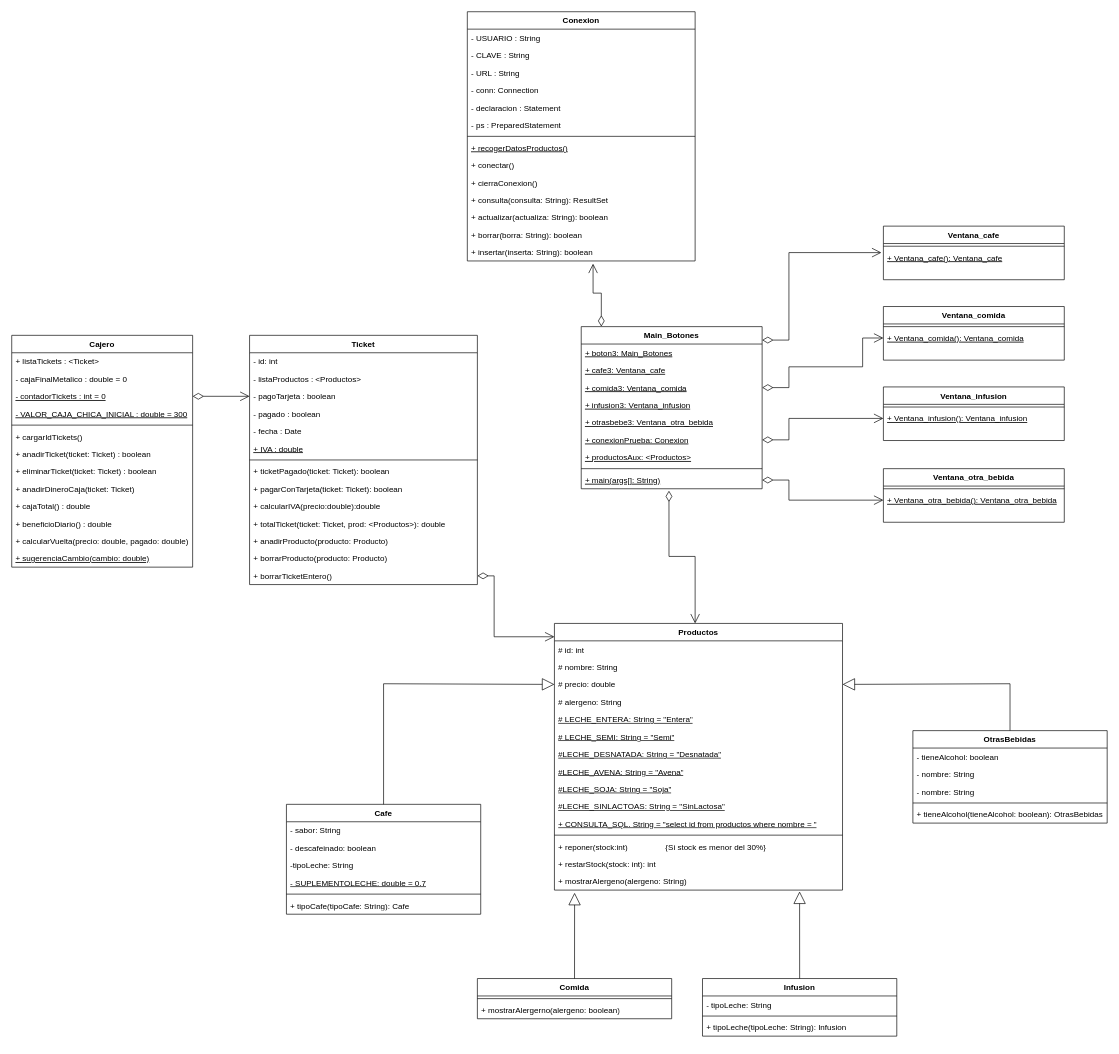
The draw.io diagram Esquemas/Diagrama de clases.drawio in MarioMunPeq/Cafeteria-Java-1DAM, before the edit. Source tidied: cells renumbered, new cells numbered last; positions are measured from the earlier drawing's top-left corner, leaving out a move shared by most shapes. Both pictures are drawn from the tidied source at 67%, with x=0, y=0 at pixel (11, 11).
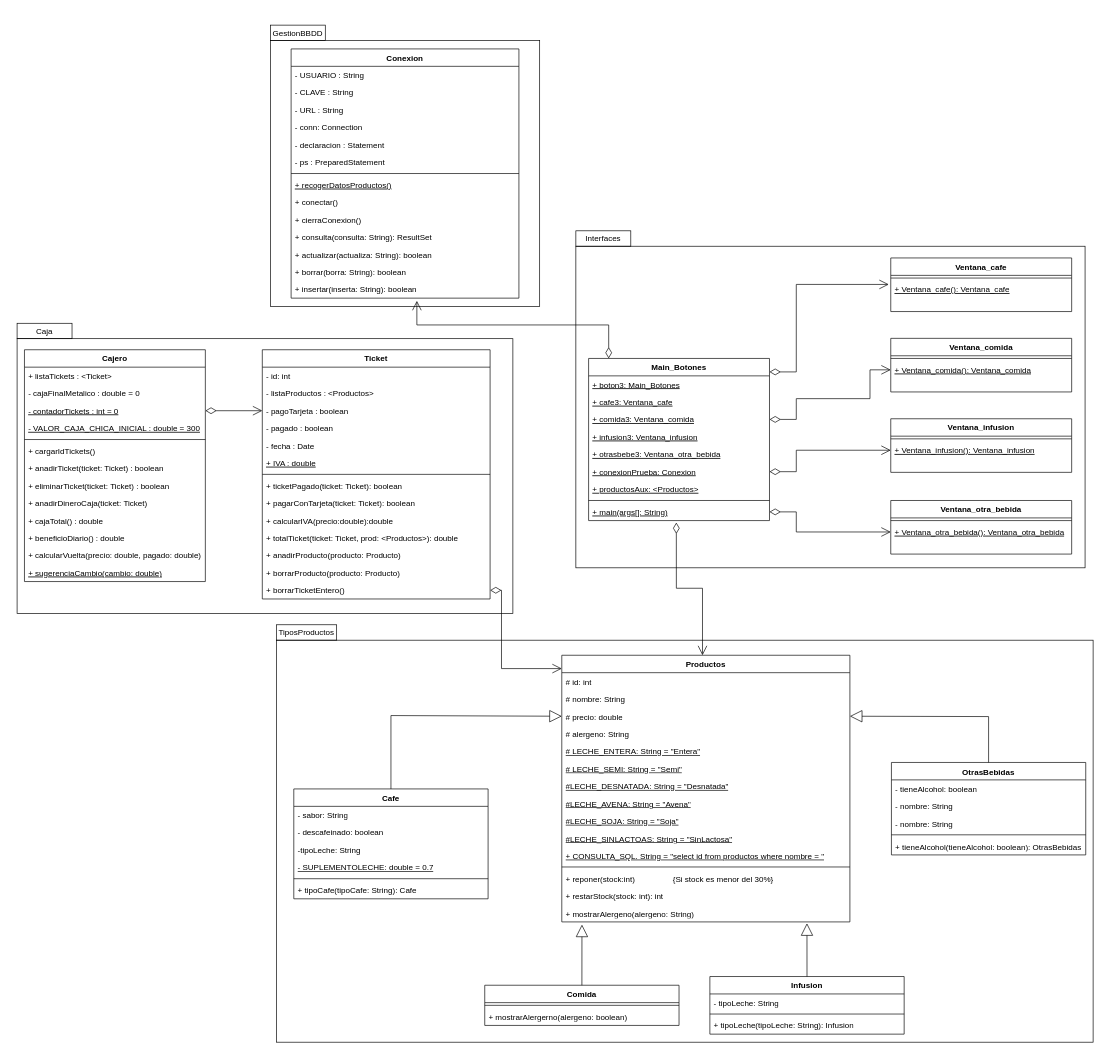
Above is the later version.

Unchanged cells that the change refers to:
```xml
<mxCell id="30" value="+ borrarTicketEntero()" style="text;align=left;verticalAlign=top;spacingLeft=4;spacingRight=4;overflow=hidden;points=[[0,0.5],[1,0.5]];portConstraint=eastwest;" parent="16" vertex="1">
  <mxGeometry y="346" width="340" height="26" as="geometry" />
</mxCell>
<mxCell id="45" value="+ insertar(inserta: String): boolean" style="text;align=left;verticalAlign=top;spacingLeft=4;spacingRight=4;overflow=hidden;points=[[0,0.5],[1,0.5]];portConstraint=eastwest;" parent="31" vertex="1">
  <mxGeometry y="346" width="340" height="26" as="geometry" />
</mxCell>
<mxCell id="49" value="+ comida3: Ventana_comida" style="text;align=left;verticalAlign=top;spacingLeft=4;spacingRight=4;overflow=hidden;points=[[0,0.5],[1,0.5]];portConstraint=eastwest;rounded=0;shadow=0;html=0;fontStyle=4;" parent="46" vertex="1">
  <mxGeometry y="78" width="270" height="26" as="geometry" />
</mxCell>
<mxCell id="52" value="+ conexionPrueba: Conexion" style="text;align=left;verticalAlign=top;spacingLeft=4;spacingRight=4;overflow=hidden;points=[[0,0.5],[1,0.5]];portConstraint=eastwest;rounded=0;shadow=0;html=0;fontStyle=4;" parent="46" vertex="1">
  <mxGeometry y="156" width="270" height="26" as="geometry" />
</mxCell>
<mxCell id="55" value="+ main(args[]: String)" style="text;align=left;verticalAlign=top;spacingLeft=4;spacingRight=4;overflow=hidden;points=[[0,0.5],[1,0.5]];portConstraint=eastwest;fontStyle=4;" parent="46" vertex="1">
  <mxGeometry y="216" width="270" height="26" as="geometry" />
</mxCell>
<mxCell id="58" value="+ Ventana_cafe(): Ventana_cafe" style="text;align=left;verticalAlign=top;spacingLeft=4;spacingRight=4;overflow=hidden;points=[[0,0.5],[1,0.5]];portConstraint=eastwest;fontStyle=4;" parent="56" vertex="1">
  <mxGeometry y="34" width="270" height="26" as="geometry" />
</mxCell>
<mxCell id="61" value="+ Ventana_comida(): Ventana_comida" style="text;align=left;verticalAlign=top;spacingLeft=4;spacingRight=4;overflow=hidden;points=[[0,0.5],[1,0.5]];portConstraint=eastwest;fontStyle=4;" parent="59" vertex="1">
  <mxGeometry y="34" width="270" height="26" as="geometry" />
</mxCell>
<mxCell id="64" value="+ Ventana_infusion(): Ventana_infusion" style="text;align=left;verticalAlign=top;spacingLeft=4;spacingRight=4;overflow=hidden;points=[[0,0.5],[1,0.5]];portConstraint=eastwest;fontStyle=4;" parent="62" vertex="1">
  <mxGeometry y="34" width="270" height="26" as="geometry" />
</mxCell>
<mxCell id="67" value="+ Ventana_otra_bebida(): Ventana_otra_bebida" style="text;align=left;verticalAlign=top;spacingLeft=4;spacingRight=4;overflow=hidden;points=[[0,0.5],[1,0.5]];portConstraint=eastwest;fontStyle=4;" parent="65" vertex="1">
  <mxGeometry y="34" width="270" height="26" as="geometry" />
</mxCell>
<mxCell id="91" value="# precio: double" style="text;strokeColor=none;fillColor=none;align=left;verticalAlign=top;spacingLeft=4;spacingRight=4;overflow=hidden;points=[[0,0.5],[1,0.5]];portConstraint=eastwest;whiteSpace=wrap;html=1;" parent="88" vertex="1">
  <mxGeometry y="78" width="430" height="26" as="geometry" />
</mxCell>
```

The edit, as a diff of the source:
```diff
@@
     <mxCell id="2" value="Cajero" style="swimlane;fontStyle=1;align=center;verticalAlign=top;horizontal=1;startSize=26;rounded=0;shadow=0;strokeWidth=1;" parent="1" vertex="1">
-      <mxGeometry y="483" width="270" height="346" as="geometry" />
+      <mxGeometry x="19" y="504.5" width="270" height="346" as="geometry" />
     </mxCell>
@@
     <mxCell id="16" value="Ticket" style="swimlane;fontStyle=1;align=center;verticalAlign=top;horizontal=1;startSize=26;rounded=0;shadow=0;strokeWidth=1;" parent="1" vertex="1">
-      <mxGeometry x="355" y="483" width="340" height="372" as="geometry" />
+      <mxGeometry x="374" y="504.5" width="340" height="372" as="geometry" />
     </mxCell>
@@
     <mxCell id="31" value="Conexion" style="swimlane;fontStyle=1;align=center;verticalAlign=top;horizontal=1;startSize=26;rounded=0;shadow=0;strokeWidth=1;" parent="1" vertex="1">
-      <mxGeometry x="680" width="340" height="372" as="geometry" />
+      <mxGeometry x="417" y="55.5" width="340" height="372" as="geometry" />
     </mxCell>
@@
     <mxCell id="46" value="Main_Botones" style="swimlane;fontStyle=1;align=center;verticalAlign=top;horizontal=1;startSize=26;rounded=0;shadow=0;strokeWidth=1;" parent="1" vertex="1">
-      <mxGeometry x="850" y="470" width="270" height="242" as="geometry" />
+      <mxGeometry x="861" y="517.5" width="270" height="242" as="geometry" />
     </mxCell>
@@
     <mxCell id="56" value="Ventana_cafe" style="swimlane;fontStyle=1;align=center;verticalAlign=top;horizontal=1;startSize=26;rounded=0;shadow=0;strokeWidth=1;" parent="1" vertex="1">
-      <mxGeometry x="1301" y="320" width="270" height="80" as="geometry" />
+      <mxGeometry x="1312" y="367.5" width="270" height="80" as="geometry" />
     </mxCell>
@@
     <mxCell id="59" value="Ventana_comida" style="swimlane;fontStyle=1;align=center;verticalAlign=top;horizontal=1;startSize=26;rounded=0;shadow=0;strokeWidth=1;" parent="1" vertex="1">
-      <mxGeometry x="1301" y="440" width="270" height="80" as="geometry" />
+      <mxGeometry x="1312" y="487.5" width="270" height="80" as="geometry" />
     </mxCell>
@@
     <mxCell id="62" value="Ventana_infusion" style="swimlane;fontStyle=1;align=center;verticalAlign=top;horizontal=1;startSize=26;rounded=0;shadow=0;strokeWidth=1;" parent="1" vertex="1">
-      <mxGeometry x="1301" y="560" width="270" height="80" as="geometry" />
+      <mxGeometry x="1312" y="607.5" width="270" height="80" as="geometry" />
     </mxCell>
@@
     <mxCell id="65" value="Ventana_otra_bebida" style="swimlane;fontStyle=1;align=center;verticalAlign=top;horizontal=1;startSize=26;rounded=0;shadow=0;strokeWidth=1;" parent="1" vertex="1">
-      <mxGeometry x="1301" y="682" width="270" height="80" as="geometry" />
+      <mxGeometry x="1312" y="729.5" width="270" height="80" as="geometry" />
     </mxCell>
@@
     <mxCell id="68" value="Cafe" style="swimlane;fontStyle=1;align=center;verticalAlign=top;horizontal=1;startSize=26;whiteSpace=wrap;html=1;" parent="1" vertex="1">
-      <mxGeometry x="410" y="1183" width="290" height="164" as="geometry" />
+      <mxGeometry x="421" y="1160" width="290" height="164" as="geometry" />
     </mxCell>
@@
     <mxCell id="75" value="Comida" style="swimlane;fontStyle=1;align=center;verticalAlign=top;horizontal=1;startSize=26;whiteSpace=wrap;html=1;" parent="1" vertex="1">
-      <mxGeometry x="695" y="1443" width="290" height="60" as="geometry" />
+      <mxGeometry x="706" y="1453" width="290" height="60" as="geometry" />
     </mxCell>
@@
     <mxCell id="78" value="Infusion" style="swimlane;fontStyle=1;align=center;verticalAlign=top;horizontal=1;startSize=26;whiteSpace=wrap;html=1;" parent="1" vertex="1">
-      <mxGeometry x="1031" y="1443" width="290" height="86" as="geometry" />
+      <mxGeometry x="1042" y="1440" width="290" height="86" as="geometry" />
     </mxCell>
@@
     <mxCell id="82" value="OtrasBebidas" style="swimlane;fontStyle=1;align=center;verticalAlign=top;horizontal=1;startSize=26;whiteSpace=wrap;html=1;" parent="1" vertex="1">
-      <mxGeometry x="1345" y="1073" width="290" height="138" as="geometry" />
+      <mxGeometry x="1313" y="1120.5" width="290" height="138" as="geometry" />
     </mxCell>
@@
     <mxCell id="88" value="Productos" style="swimlane;fontStyle=1;align=center;verticalAlign=top;horizontal=1;startSize=26;whiteSpace=wrap;html=1;" parent="1" vertex="1">
-      <mxGeometry x="810" y="913" width="430" height="398" as="geometry" />
+      <mxGeometry x="821" y="960.5" width="430" height="398" as="geometry" />
     </mxCell>
@@
     <mxCell id="104" style="endArrow=block;endSize=16;endFill=0;html=1;rounded=0;entryX=0;entryY=0.5;entryDx=0;entryDy=0;exitX=0.5;exitY=0;exitDx=0;exitDy=0;" parent="1" edge="1" source="68" target="91">
       <mxGeometry relative="1" as="geometry">
         <Array as="points">
-          <mxPoint x="555" y="1003" />
+          <mxPoint x="566" y="1050.5" />
         </Array>
       </mxGeometry>
     </mxCell>
@@
     <mxCell id="107" style="endArrow=block;endSize=16;endFill=0;html=1;rounded=0;entryX=1;entryY=0.5;entryDx=0;entryDy=0;exitX=0.5;exitY=0;exitDx=0;exitDy=0;" parent="1" edge="1" source="82" target="91">
       <mxGeometry relative="1" as="geometry">
         <Array as="points">
-          <mxPoint x="1490" y="1003" />
+          <mxPoint x="1458" y="1052" />
         </Array>
       </mxGeometry>
     </mxCell>
     <mxCell id="108" style="endArrow=open;html=1;endSize=12;startArrow=diamondThin;startSize=14;startFill=0;edgeStyle=orthogonalEdgeStyle;align=left;verticalAlign=bottom;rounded=0;exitX=1;exitY=0.5;exitDx=0;exitDy=0;entryX=0;entryY=0.05;entryDx=0;entryDy=0;entryPerimeter=0;" parent="1" edge="1" source="30" target="88">
       <mxGeometry x="-0.76" y="47" relative="1" as="geometry">
         <Array as="points">
-          <mxPoint x="720" y="842" />
-          <mxPoint x="720" y="933" />
+          <mxPoint x="731" y="864" />
+          <mxPoint x="731" y="980" />
         </Array>
         <mxPoint x="-25" y="-42" as="offset" />
       </mxGeometry>
     </mxCell>
@@
     <mxCell id="110" style="endArrow=open;html=1;endSize=12;startArrow=diamondThin;startSize=14;startFill=0;edgeStyle=orthogonalEdgeStyle;align=left;verticalAlign=bottom;rounded=0;exitX=1;exitY=0.083;exitDx=0;exitDy=0;entryX=-0.011;entryY=0.213;entryDx=0;entryDy=0;entryPerimeter=0;exitPerimeter=0;" parent="1" edge="1" source="46" target="58">
       <mxGeometry x="-1" y="3" relative="1" as="geometry">
         <Array as="points">
-          <mxPoint x="1160" y="490" />
-          <mxPoint x="1160" y="360" />
+          <mxPoint x="1171" y="537.5" />
+          <mxPoint x="1171" y="407.5" />
         </Array>
       </mxGeometry>
     </mxCell>
     <mxCell id="111" style="endArrow=open;html=1;endSize=12;startArrow=diamondThin;startSize=14;startFill=0;edgeStyle=orthogonalEdgeStyle;align=left;verticalAlign=bottom;rounded=0;exitX=1;exitY=0.5;exitDx=0;exitDy=0;entryX=0;entryY=0.5;entryDx=0;entryDy=0;" parent="1" edge="1" source="49" target="61">
       <mxGeometry x="-1" y="3" relative="1" as="geometry">
         <Array as="points">
-          <mxPoint x="1160" y="561" />
-          <mxPoint x="1160" y="530" />
-          <mxPoint x="1270" y="530" />
-          <mxPoint x="1270" y="487" />
+          <mxPoint x="1171" y="608.5" />
+          <mxPoint x="1171" y="577.5" />
+          <mxPoint x="1281" y="577.5" />
+          <mxPoint x="1281" y="534.5" />
         </Array>
       </mxGeometry>
     </mxCell>
     <mxCell id="112" style="endArrow=open;html=1;endSize=12;startArrow=diamondThin;startSize=14;startFill=0;edgeStyle=orthogonalEdgeStyle;align=left;verticalAlign=bottom;rounded=0;exitX=1;exitY=0.5;exitDx=0;exitDy=0;entryX=0;entryY=0.5;entryDx=0;entryDy=0;" parent="1" edge="1" source="52" target="64">
       <mxGeometry x="-1" y="3" relative="1" as="geometry">
         <Array as="points">
-          <mxPoint x="1160" y="639" />
-          <mxPoint x="1160" y="607" />
+          <mxPoint x="1171" y="686.5" />
+          <mxPoint x="1171" y="654.5" />
         </Array>
       </mxGeometry>
     </mxCell>
     <mxCell id="113" style="endArrow=open;html=1;endSize=12;startArrow=diamondThin;startSize=14;startFill=0;edgeStyle=orthogonalEdgeStyle;align=left;verticalAlign=bottom;rounded=0;exitX=1;exitY=0.5;exitDx=0;exitDy=0;entryX=0;entryY=0.5;entryDx=0;entryDy=0;" parent="1" edge="1" source="55" target="67">
       <mxGeometry x="-1" y="3" relative="1" as="geometry">
         <Array as="points">
-          <mxPoint x="1160" y="699" />
-          <mxPoint x="1160" y="729" />
+          <mxPoint x="1171" y="746.5" />
+          <mxPoint x="1171" y="776.5" />
         </Array>
       </mxGeometry>
     </mxCell>
     <mxCell id="114" style="endArrow=open;html=1;endSize=12;startArrow=diamondThin;startSize=14;startFill=0;edgeStyle=orthogonalEdgeStyle;align=left;verticalAlign=bottom;rounded=0;entryX=0.552;entryY=1.154;entryDx=0;entryDy=0;entryPerimeter=0;" parent="1" edge="1" target="45">
       <mxGeometry x="-1" y="3" relative="1" as="geometry">
-        <mxPoint x="880" y="470" as="sourcePoint" />
+        <mxPoint x="891" y="517.5" as="sourcePoint" />
         <Array as="points">
-          <mxPoint x="880" y="470" />
-          <mxPoint x="880" y="420" />
-          <mxPoint x="868" y="420" />
+          <mxPoint x="891" y="517.5" />
+          <mxPoint x="891" y="467.5" />
+          <mxPoint x="879" y="467.5" />
         </Array>
       </mxGeometry>
     </mxCell>
     <mxCell id="115" style="endArrow=open;html=1;endSize=12;startArrow=diamondThin;startSize=14;startFill=0;edgeStyle=orthogonalEdgeStyle;align=left;verticalAlign=bottom;rounded=0;exitX=0.485;exitY=1.111;exitDx=0;exitDy=0;exitPerimeter=0;" parent="1" edge="1" source="55">
       <mxGeometry x="-1" y="3" relative="1" as="geometry">
-        <mxPoint x="1020" y="913" as="targetPoint" />
+        <mxPoint x="1031" y="960.5" as="targetPoint" />
         <Array as="points">
-          <mxPoint x="981" y="813" />
-          <mxPoint x="1020" y="813" />
-          <mxPoint x="1020" y="913" />
+          <mxPoint x="992" y="860.5" />
+          <mxPoint x="1031" y="860.5" />
+          <mxPoint x="1031" y="960.5" />
         </Array>
       </mxGeometry>
     </mxCell>
+    <mxCell id="116" style="rounded=0;whiteSpace=wrap;html=1;fillColor=none;" parent="1" vertex="1">
+      <mxGeometry x="386" y="43" width="402" height="397" as="geometry" />
+    </mxCell>
+    <mxCell id="117" value="GestionBBDD" style="rounded=0;whiteSpace=wrap;html=1;fillColor=none;" parent="1" vertex="1">
+      <mxGeometry x="386" y="20" width="82" height="23" as="geometry" />
+    </mxCell>
+    <mxCell id="118" style="rounded=0;whiteSpace=wrap;html=1;fillColor=none;" parent="1" vertex="1">
+      <mxGeometry x="842" y="350" width="760" height="480" as="geometry" />
+    </mxCell>
+    <mxCell id="119" value="Interfaces" style="rounded=0;whiteSpace=wrap;html=1;fillColor=none;" parent="1" vertex="1">
+      <mxGeometry x="842" y="327" width="82" height="23" as="geometry" />
+    </mxCell>
+    <mxCell id="120" style="rounded=0;whiteSpace=wrap;html=1;fillColor=none;" parent="1" vertex="1">
+      <mxGeometry x="8" y="488" width="740" height="410" as="geometry" />
+    </mxCell>
+    <mxCell id="121" value="Caja" style="rounded=0;whiteSpace=wrap;html=1;fillColor=none;" parent="1" vertex="1">
+      <mxGeometry x="8" y="465" width="82" height="23" as="geometry" />
+    </mxCell>
+    <mxCell id="122" style="rounded=0;whiteSpace=wrap;html=1;fillColor=none;" parent="1" vertex="1">
+      <mxGeometry x="395" y="938" width="1219" height="600" as="geometry" />
+    </mxCell>
+    <mxCell id="123" value="TiposProductos" style="rounded=0;whiteSpace=wrap;html=1;fillColor=none;" parent="1" vertex="1">
+      <mxGeometry x="395" y="915" width="90" height="23" as="geometry" />
+    </mxCell>
```
